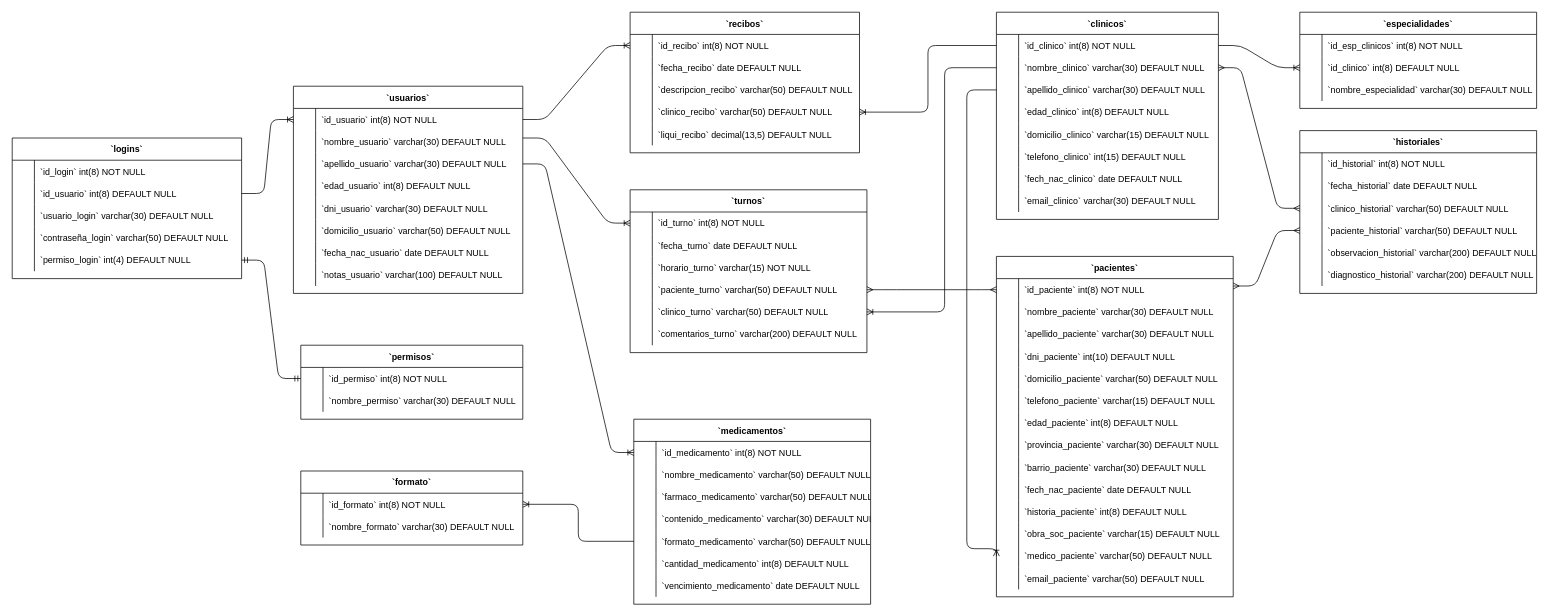
malka07/TheClinicAdm2.0 keeps this draw.io diagram as theclinicadm.drawio. Above is the earlier version. Source tidied: cells renumbered, new cells numbered last; positions are measured from the earlier drawing's top-left corner, leaving out a move shared by most shapes. Both pictures are drawn from the tidied source at 74%, with x=0, y=0 at pixel (12, 12).
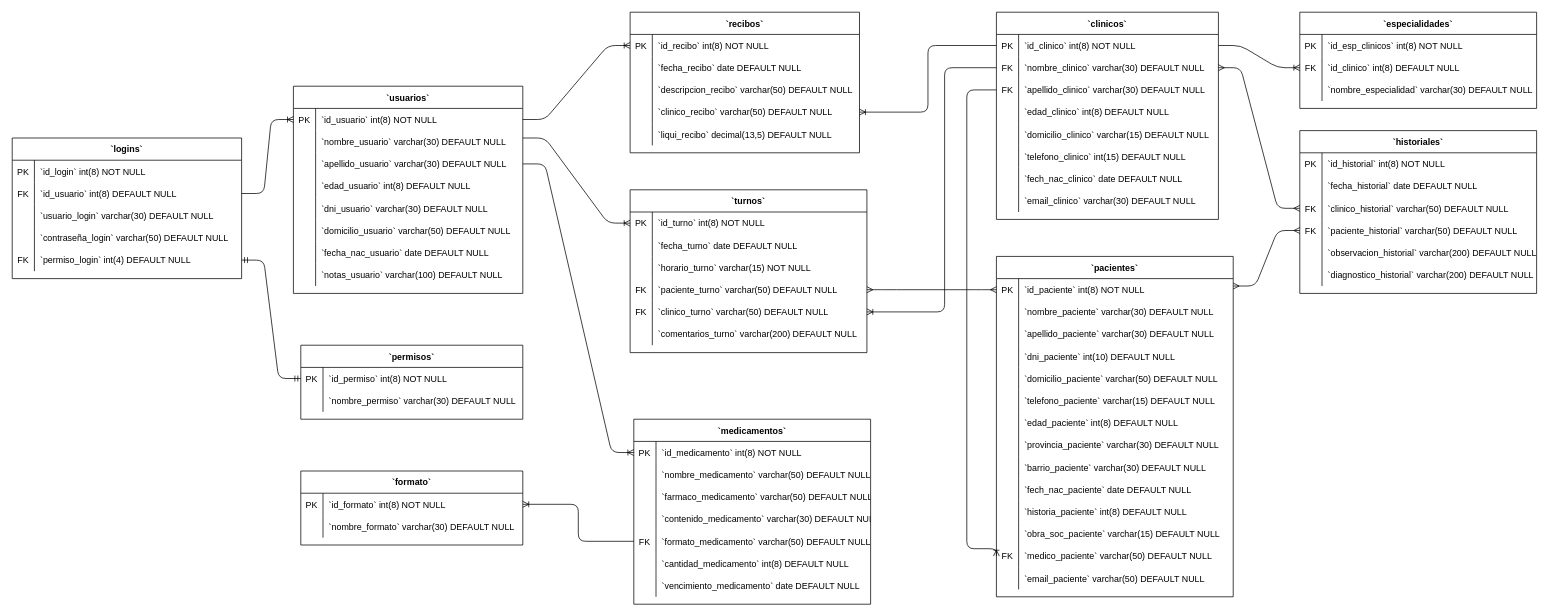
The same page after the edit.

The change refers to these unchanged cells:
```xml
<mxCell id="4" style="shape=partialRectangle;fillColor=none;points=[[0,0.5],[1,0.5]];portConstraint=eastwest;top=0;left=0;right=0;bottom=0;" parent="3" vertex="1">
  <mxGeometry y="30" width="310" height="30" as="geometry" />
</mxCell>
<mxCell id="29" style="shape=partialRectangle;fillColor=none;top=0;left=0;right=0;bottom=0;" parent="28" vertex="1">
  <mxGeometry y="30" width="310" height="30" as="geometry" />
</mxCell>
<mxCell id="32" style="shape=partialRectangle;fillColor=none;points=[[0,0.5],[1,0.5]];portConstraint=eastwest;top=0;left=0;right=0;bottom=0;" parent="28" vertex="1">
  <mxGeometry y="60" width="310" height="30" as="geometry" />
</mxCell>
<mxCell id="41" style="shape=partialRectangle;fillColor=none;points=[[0,0.5],[1,0.5]];portConstraint=eastwest;top=0;left=0;right=0;bottom=0;" parent="28" vertex="1">
  <mxGeometry y="150" width="310" height="30" as="geometry" />
</mxCell>
<mxCell id="45" style="shape=partialRectangle;fillColor=none;points=[[0,0.5],[1,0.5]];portConstraint=eastwest;top=0;left=0;right=0;bottom=0;" parent="44" vertex="1">
  <mxGeometry y="30" width="300" height="30" as="geometry" />
</mxCell>
<mxCell id="57" style="shape=partialRectangle;fillColor=none;points=[[0,0.5],[1,0.5]];portConstraint=eastwest;top=0;left=0;right=0;bottom=0;" parent="56" vertex="1">
  <mxGeometry y="30" width="300" height="30" as="geometry" />
</mxCell>
<mxCell id="60" style="shape=partialRectangle;fillColor=none;points=[[0,0.5],[1,0.5]];portConstraint=eastwest;top=0;left=0;right=0;bottom=0;" parent="56" vertex="1">
  <mxGeometry y="60" width="300" height="30" as="geometry" />
</mxCell>
<mxCell id="63" style="shape=partialRectangle;fillColor=none;points=[[0,0.5],[1,0.5]];portConstraint=eastwest;top=0;left=0;right=0;bottom=0;" parent="56" vertex="1">
  <mxGeometry y="90" width="300" height="30" as="geometry" />
</mxCell>
<mxCell id="82" style="shape=partialRectangle;fillColor=none;top=0;left=0;right=0;bottom=0;" parent="81" vertex="1">
  <mxGeometry y="30" width="320" height="30" as="geometry" />
</mxCell>
<mxCell id="85" style="shape=partialRectangle;fillColor=none;points=[[0,0.5],[1,0.5]];portConstraint=eastwest;top=0;left=0;right=0;bottom=0;" parent="81" vertex="1">
  <mxGeometry y="60" width="320" height="30" as="geometry" />
</mxCell>
<mxCell id="92" style="shape=partialRectangle;fillColor=none;top=0;left=0;right=0;bottom=0;" parent="91" vertex="1">
  <mxGeometry y="30" width="320" height="30" as="geometry" />
</mxCell>
<mxCell id="98" style="shape=partialRectangle;fillColor=none;points=[[0,0.5],[1,0.5]];portConstraint=eastwest;top=0;left=0;right=0;bottom=0;" parent="91" vertex="1">
  <mxGeometry y="90" width="320" height="30" as="geometry" />
</mxCell>
<mxCell id="101" style="shape=partialRectangle;fillColor=none;points=[[0,0.5],[1,0.5]];portConstraint=eastwest;top=0;left=0;right=0;bottom=0;" parent="91" vertex="1">
  <mxGeometry y="120" width="320" height="30" as="geometry" />
</mxCell>
<mxCell id="111" style="shape=partialRectangle;fillColor=none;points=[[0,0.5],[1,0.5]];portConstraint=eastwest;top=0;left=0;right=0;bottom=0;" parent="110" vertex="1">
  <mxGeometry y="30" width="320" height="30" as="geometry" />
</mxCell>
<mxCell id="120" style="shape=partialRectangle;fillColor=none;points=[[0,0.5],[1,0.5]];portConstraint=eastwest;top=0;left=0;right=0;bottom=0;" parent="110" vertex="1">
  <mxGeometry y="120" width="320" height="30" as="geometry" />
</mxCell>
<mxCell id="123" style="shape=partialRectangle;fillColor=none;points=[[0,0.5],[1,0.5]];portConstraint=eastwest;top=0;left=0;right=0;bottom=0;" parent="110" vertex="1">
  <mxGeometry y="150" width="320" height="30" as="geometry" />
</mxCell>
<mxCell id="130" style="shape=partialRectangle;fillColor=none;points=[[0,0.5],[1,0.5]];portConstraint=eastwest;top=0;left=0;right=0;bottom=0;" parent="129" vertex="1">
  <mxGeometry y="30" width="320" height="30" as="geometry" />
</mxCell>
<mxCell id="142" style="shape=partialRectangle;fillColor=none;points=[[0,0.5],[1,0.5]];portConstraint=eastwest;top=0;left=0;right=0;bottom=0;" parent="129" vertex="1">
  <mxGeometry y="150" width="320" height="30" as="geometry" />
</mxCell>
<mxCell id="152" style="shape=partialRectangle;fillColor=none;points=[[0,0.5],[1,0.5]];portConstraint=eastwest;top=0;left=0;right=0;bottom=0;" parent="151" vertex="1">
  <mxGeometry y="30" width="300" height="30" as="geometry" />
</mxCell>
<mxCell id="161" style="shape=partialRectangle;fillColor=none;points=[[0,0.5],[1,0.5]];portConstraint=eastwest;top=0;left=0;right=0;bottom=0;" parent="160" vertex="1">
  <mxGeometry y="30" width="310" height="30" as="geometry" />
</mxCell>
<mxCell id="178" style="shape=partialRectangle;fillColor=none;points=[[0,0.5],[1,0.5]];portConstraint=eastwest;top=0;left=0;right=0;bottom=0;" parent="177" vertex="1">
  <mxGeometry y="30" width="320" height="30" as="geometry" />
</mxCell>
<mxCell id="214" style="shape=partialRectangle;fillColor=none;points=[[0,0.5],[1,0.5]];portConstraint=eastwest;top=0;left=0;right=0;bottom=0;" parent="177" vertex="1">
  <mxGeometry y="390" width="320" height="30" as="geometry" />
</mxCell>
```

What changed in the source:
```diff
@@
-    <mxCell id="5" style="shape=partialRectangle;overflow=hidden;fillColor=none;top=0;left=0;bottom=0;right=0;" parent="4" vertex="1">
+    <mxCell id="5" value="PK" style="shape=partialRectangle;overflow=hidden;fillColor=none;top=0;left=0;bottom=0;right=0;" parent="4" vertex="1">
       <mxGeometry width="30" height="30" as="geometry" />
     </mxCell>
@@
-    <mxCell id="30" style="shape=partialRectangle;overflow=hidden;fillColor=none;top=0;left=0;bottom=0;right=0;" parent="29" vertex="1">
+    <mxCell id="30" value="PK" style="shape=partialRectangle;overflow=hidden;fillColor=none;top=0;left=0;bottom=0;right=0;" parent="29" vertex="1">
       <mxGeometry width="30" height="30" as="geometry" />
     </mxCell>
@@
-    <mxCell id="33" style="shape=partialRectangle;overflow=hidden;fillColor=none;top=0;left=0;bottom=0;right=0;" parent="32" vertex="1">
+    <mxCell id="33" value="FK" style="shape=partialRectangle;overflow=hidden;fillColor=none;top=0;left=0;bottom=0;right=0;" parent="32" vertex="1">
       <mxGeometry width="30" height="30" as="geometry" />
     </mxCell>
@@
-    <mxCell id="42" style="shape=partialRectangle;overflow=hidden;fillColor=none;top=0;left=0;bottom=0;right=0;" parent="41" vertex="1">
+    <mxCell id="42" value="FK" style="shape=partialRectangle;overflow=hidden;fillColor=none;top=0;left=0;bottom=0;right=0;" parent="41" vertex="1">
       <mxGeometry width="30" height="30" as="geometry" />
     </mxCell>
@@
-    <mxCell id="46" style="shape=partialRectangle;overflow=hidden;fillColor=none;top=0;left=0;bottom=0;right=0;" parent="45" vertex="1">
+    <mxCell id="46" value="PK" style="shape=partialRectangle;overflow=hidden;fillColor=none;top=0;left=0;bottom=0;right=0;" parent="45" vertex="1">
       <mxGeometry width="30" height="30" as="geometry" />
     </mxCell>
@@
-    <mxCell id="58" style="shape=partialRectangle;overflow=hidden;fillColor=none;top=0;left=0;bottom=0;right=0;" parent="57" vertex="1">
+    <mxCell id="58" value="PK" style="shape=partialRectangle;overflow=hidden;fillColor=none;top=0;left=0;bottom=0;right=0;" parent="57" vertex="1">
       <mxGeometry width="30" height="30" as="geometry" />
     </mxCell>
@@
-    <mxCell id="61" style="shape=partialRectangle;overflow=hidden;fillColor=none;top=0;left=0;bottom=0;right=0;" parent="60" vertex="1">
+    <mxCell id="61" value="FK" style="shape=partialRectangle;overflow=hidden;fillColor=none;top=0;left=0;bottom=0;right=0;" parent="60" vertex="1">
       <mxGeometry width="30" height="30" as="geometry" />
     </mxCell>
@@
-    <mxCell id="64" style="shape=partialRectangle;overflow=hidden;fillColor=none;top=0;left=0;bottom=0;right=0;" parent="63" vertex="1">
+    <mxCell id="64" value="FK" style="shape=partialRectangle;overflow=hidden;fillColor=none;top=0;left=0;bottom=0;right=0;" parent="63" vertex="1">
       <mxGeometry width="30" height="30" as="geometry" />
     </mxCell>
@@
-    <mxCell id="83" style="shape=partialRectangle;overflow=hidden;fillColor=none;top=0;left=0;bottom=0;right=0;" parent="82" vertex="1">
+    <mxCell id="83" value="PK" style="shape=partialRectangle;overflow=hidden;fillColor=none;top=0;left=0;bottom=0;right=0;" parent="82" vertex="1">
       <mxGeometry width="30" height="30" as="geometry" />
     </mxCell>
@@
-    <mxCell id="86" style="shape=partialRectangle;overflow=hidden;fillColor=none;top=0;left=0;bottom=0;right=0;" parent="85" vertex="1">
+    <mxCell id="86" value="FK" style="shape=partialRectangle;overflow=hidden;fillColor=none;top=0;left=0;bottom=0;right=0;" parent="85" vertex="1">
       <mxGeometry width="30" height="30" as="geometry" />
     </mxCell>
@@
-    <mxCell id="93" style="shape=partialRectangle;overflow=hidden;fillColor=none;top=0;left=0;bottom=0;right=0;" parent="92" vertex="1">
+    <mxCell id="93" value="PK" style="shape=partialRectangle;overflow=hidden;fillColor=none;top=0;left=0;bottom=0;right=0;" parent="92" vertex="1">
       <mxGeometry width="30" height="30" as="geometry" />
     </mxCell>
@@
-    <mxCell id="99" style="shape=partialRectangle;overflow=hidden;fillColor=none;top=0;left=0;bottom=0;right=0;" parent="98" vertex="1">
+    <mxCell id="99" value="FK" style="shape=partialRectangle;overflow=hidden;fillColor=none;top=0;left=0;bottom=0;right=0;" parent="98" vertex="1">
       <mxGeometry width="30" height="30" as="geometry" />
     </mxCell>
@@
-    <mxCell id="102" style="shape=partialRectangle;overflow=hidden;fillColor=none;top=0;left=0;bottom=0;right=0;" parent="101" vertex="1">
+    <mxCell id="102" value="FK" style="shape=partialRectangle;overflow=hidden;fillColor=none;top=0;left=0;bottom=0;right=0;" parent="101" vertex="1">
       <mxGeometry width="30" height="30" as="geometry" />
     </mxCell>
@@
-    <mxCell id="112" style="shape=partialRectangle;overflow=hidden;fillColor=none;top=0;left=0;bottom=0;right=0;" parent="111" vertex="1">
+    <mxCell id="112" value="PK" style="shape=partialRectangle;overflow=hidden;fillColor=none;top=0;left=0;bottom=0;right=0;" parent="111" vertex="1">
       <mxGeometry width="30" height="30" as="geometry" />
     </mxCell>
@@
-    <mxCell id="121" style="shape=partialRectangle;overflow=hidden;fillColor=none;top=0;left=0;bottom=0;right=0;" parent="120" vertex="1">
+    <mxCell id="121" value="FK" style="shape=partialRectangle;overflow=hidden;fillColor=none;top=0;left=0;bottom=0;right=0;" parent="120" vertex="1">
       <mxGeometry width="30" height="30" as="geometry" />
     </mxCell>
@@
-    <mxCell id="124" style="shape=partialRectangle;overflow=hidden;fillColor=none;top=0;left=0;bottom=0;right=0;" parent="123" vertex="1">
+    <mxCell id="124" value="FK" style="shape=partialRectangle;overflow=hidden;fillColor=none;top=0;left=0;bottom=0;right=0;" parent="123" vertex="1">
       <mxGeometry width="30" height="30" as="geometry" />
     </mxCell>
@@
-    <mxCell id="131" style="shape=partialRectangle;overflow=hidden;fillColor=none;top=0;left=0;bottom=0;right=0;" parent="130" vertex="1">
+    <mxCell id="131" value="PK" style="shape=partialRectangle;overflow=hidden;fillColor=none;top=0;left=0;bottom=0;right=0;" parent="130" vertex="1">
       <mxGeometry width="30" height="30" as="geometry" />
     </mxCell>
@@
-    <mxCell id="143" style="shape=partialRectangle;overflow=hidden;fillColor=none;top=0;left=0;bottom=0;right=0;" parent="142" vertex="1">
+    <mxCell id="143" value="FK" style="shape=partialRectangle;overflow=hidden;fillColor=none;top=0;left=0;bottom=0;right=0;" parent="142" vertex="1">
       <mxGeometry width="30" height="30" as="geometry" />
     </mxCell>
@@
-    <mxCell id="153" style="shape=partialRectangle;overflow=hidden;fillColor=none;top=0;left=0;bottom=0;right=0;" parent="152" vertex="1">
+    <mxCell id="153" value="PK" style="shape=partialRectangle;overflow=hidden;fillColor=none;top=0;left=0;bottom=0;right=0;" parent="152" vertex="1">
       <mxGeometry width="30" height="30" as="geometry" />
     </mxCell>
@@
-    <mxCell id="162" style="shape=partialRectangle;overflow=hidden;fillColor=none;top=0;left=0;bottom=0;right=0;" parent="161" vertex="1">
+    <mxCell id="162" value="PK" style="shape=partialRectangle;overflow=hidden;fillColor=none;top=0;left=0;bottom=0;right=0;" parent="161" vertex="1">
       <mxGeometry width="30" height="30" as="geometry" />
     </mxCell>
@@
-    <mxCell id="179" style="shape=partialRectangle;overflow=hidden;fillColor=none;top=0;left=0;bottom=0;right=0;" parent="178" vertex="1">
+    <mxCell id="179" value="PK" style="shape=partialRectangle;overflow=hidden;fillColor=none;top=0;left=0;bottom=0;right=0;" parent="178" vertex="1">
       <mxGeometry width="30" height="30" as="geometry" />
     </mxCell>
@@
-    <mxCell id="215" style="shape=partialRectangle;overflow=hidden;fillColor=none;top=0;left=0;bottom=0;right=0;" parent="214" vertex="1">
+    <mxCell id="215" value="FK" style="shape=partialRectangle;overflow=hidden;fillColor=none;top=0;left=0;bottom=0;right=0;" parent="214" vertex="1">
       <mxGeometry width="30" height="30" as="geometry" />
     </mxCell>
```
